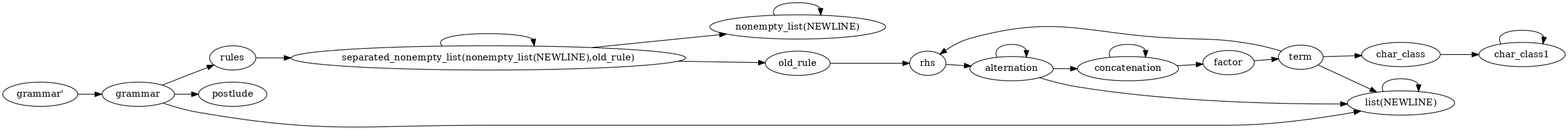
Before: sentenceParser.png, a diagram exported from Graphviz (meta-introspector/gbnf-nice-parser). Its source is kept beside it as lib/sentenceParser.dot.
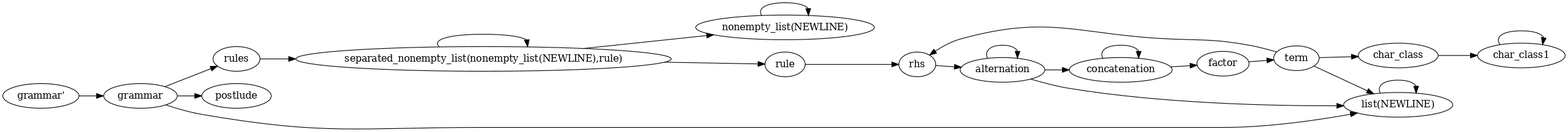
Above is the later version.

Diff of the diagram source:
```diff
@@ -4,11 +4,11 @@
 ratio = compress;
 nt0 [ label="grammar'" ] ;
 nt1 [ label="term" ] ;
-nt2 [ label="separated_nonempty_list(nonempty_list(NEWLINE),old_rule)" ] ;
+nt2 [ label="separated_nonempty_list(nonempty_list(NEWLINE),rule)" ] ;
 nt3 [ label="rules" ] ;
-nt4 [ label="rhs" ] ;
-nt5 [ label="postlude" ] ;
-nt6 [ label="old_rule" ] ;
+nt4 [ label="rule" ] ;
+nt5 [ label="rhs" ] ;
+nt6 [ label="postlude" ] ;
 nt7 [ label="nonempty_list(NEWLINE)" ] ;
 nt8 [ label="list(NEWLINE)" ] ;
 nt9 [ label="grammar" ] ;
@@ -18,19 +18,19 @@
 nt13 [ label="char_class" ] ;
 nt14 [ label="alternation" ] ;
 nt0 -> nt9 [ label="" ] ;
-nt1 -> nt4 [ label="" ] ;
+nt1 -> nt5 [ label="" ] ;
 nt1 -> nt8 [ label="" ] ;
 nt1 -> nt13 [ label="" ] ;
 nt2 -> nt2 [ label="" ] ;
-nt2 -> nt6 [ label="" ] ;
+nt2 -> nt4 [ label="" ] ;
 nt2 -> nt7 [ label="" ] ;
 nt3 -> nt2 [ label="" ] ;
-nt4 -> nt14 [ label="" ] ;
-nt6 -> nt4 [ label="" ] ;
+nt4 -> nt5 [ label="" ] ;
+nt5 -> nt14 [ label="" ] ;
 nt7 -> nt7 [ label="" ] ;
 nt8 -> nt8 [ label="" ] ;
 nt9 -> nt3 [ label="" ] ;
-nt9 -> nt5 [ label="" ] ;
+nt9 -> nt6 [ label="" ] ;
 nt9 -> nt8 [ label="" ] ;
 nt10 -> nt1 [ label="" ] ;
 nt11 -> nt10 [ label="" ] ;
```
